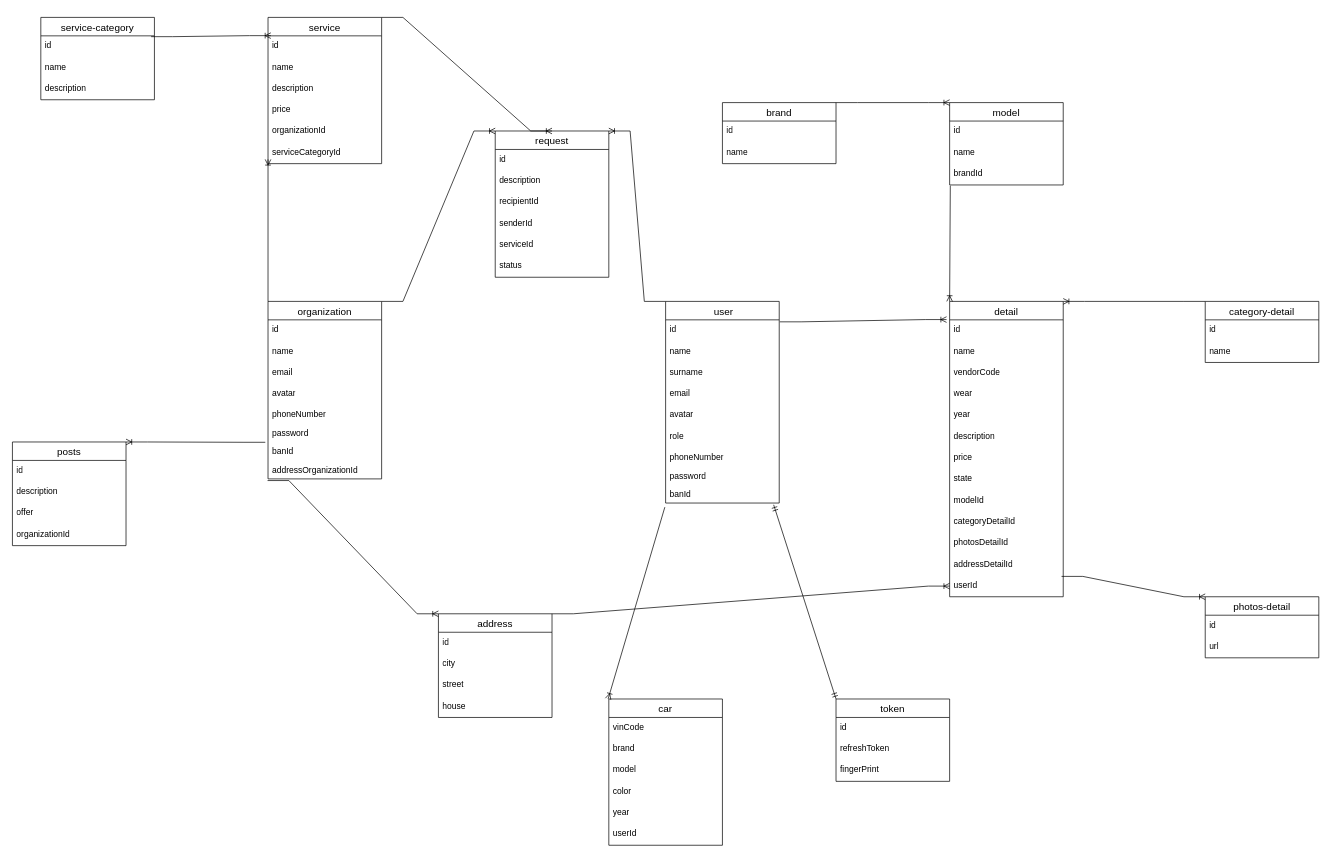
This is page "Страница — 2" (2 of 2) of server/assets/schema-db.drawio from basharinandrej/cars, a draw.io file, before an edit. Source tidied: cells renumbered, new cells numbered last; positions are measured from the earlier drawing's top-left corner, leaving out a move shared by most shapes. Both pictures are drawn from the tidied source at 71%, with x=0, y=0 at pixel (12, 17).
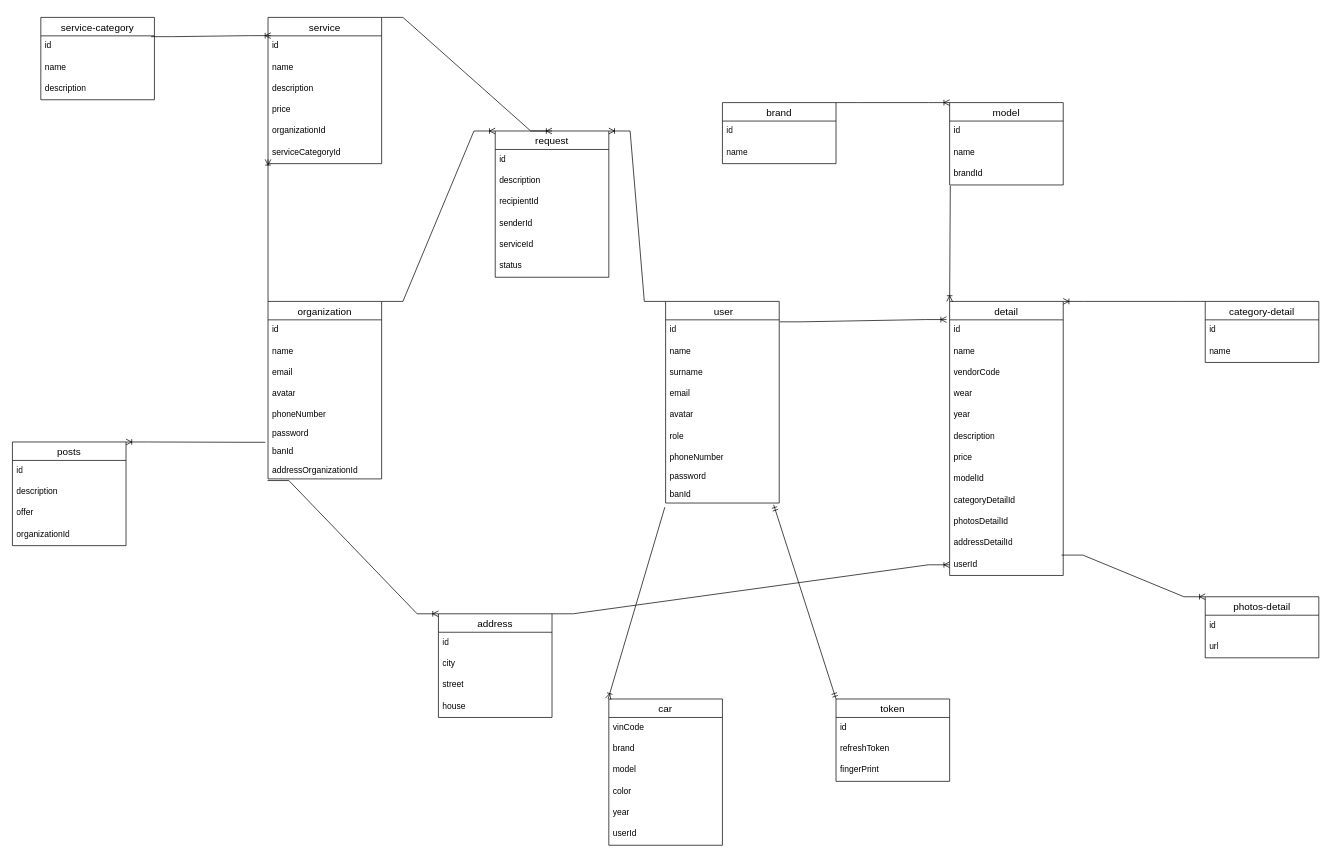
The same page after the edit.

Change to the diagram source:
```diff
@@
     <mxCell id="13" value="detail" style="swimlane;fontStyle=0;horizontal=1;startSize=26;align=center;fontSize=14;" parent="1" vertex="1">
-      <mxGeometry x="1320" y="400" width="160" height="416" as="geometry" />
+      <mxGeometry x="1320" y="400" width="160" height="386" as="geometry" />
     </mxCell>
@@
-    <mxCell id="21" value="state" style="text;strokeColor=none;fillColor=none;spacingLeft=4;spacingRight=4;overflow=hidden;fontSize=12;whiteSpace=wrap;html=1;" parent="13" vertex="1">
-      <mxGeometry y="236" width="160" height="30" as="geometry" />
-    </mxCell>
     <mxCell id="22" value="modelId" style="text;strokeColor=none;fillColor=none;spacingLeft=4;spacingRight=4;overflow=hidden;fontSize=12;whiteSpace=wrap;html=1;" parent="13" vertex="1">
-      <mxGeometry y="266" width="160" height="30" as="geometry" />
+      <mxGeometry y="236" width="160" height="30" as="geometry" />
     </mxCell>
     <mxCell id="23" value="categoryDetailId" style="text;strokeColor=none;fillColor=none;spacingLeft=4;spacingRight=4;overflow=hidden;fontSize=12;whiteSpace=wrap;html=1;" parent="13" vertex="1">
-      <mxGeometry y="296" width="160" height="30" as="geometry" />
+      <mxGeometry y="266" width="160" height="30" as="geometry" />
     </mxCell>
     <mxCell id="24" value="photosDetailId" style="text;strokeColor=none;fillColor=none;spacingLeft=4;spacingRight=4;overflow=hidden;fontSize=12;whiteSpace=wrap;html=1;" parent="13" vertex="1">
-      <mxGeometry y="326" width="160" height="30" as="geometry" />
+      <mxGeometry y="296" width="160" height="30" as="geometry" />
     </mxCell>
     <mxCell id="25" value="addressDetailId" style="text;strokeColor=none;fillColor=none;spacingLeft=4;spacingRight=4;overflow=hidden;points=[[0,0.5],[1,0.5]];portConstraint=eastwest;fontSize=12;whiteSpace=wrap;html=1;" parent="13" vertex="1">
-      <mxGeometry y="356" width="160" height="30" as="geometry" />
+      <mxGeometry y="326" width="160" height="30" as="geometry" />
     </mxCell>
     <mxCell id="26" value="userId" style="text;strokeColor=none;fillColor=none;spacingLeft=4;spacingRight=4;overflow=hidden;points=[[0,0.5],[1,0.5]];portConstraint=eastwest;fontSize=12;whiteSpace=wrap;html=1;" parent="13" vertex="1">
-      <mxGeometry y="386" width="160" height="30" as="geometry" />
+      <mxGeometry y="356" width="160" height="30" as="geometry" />
     </mxCell>
```
